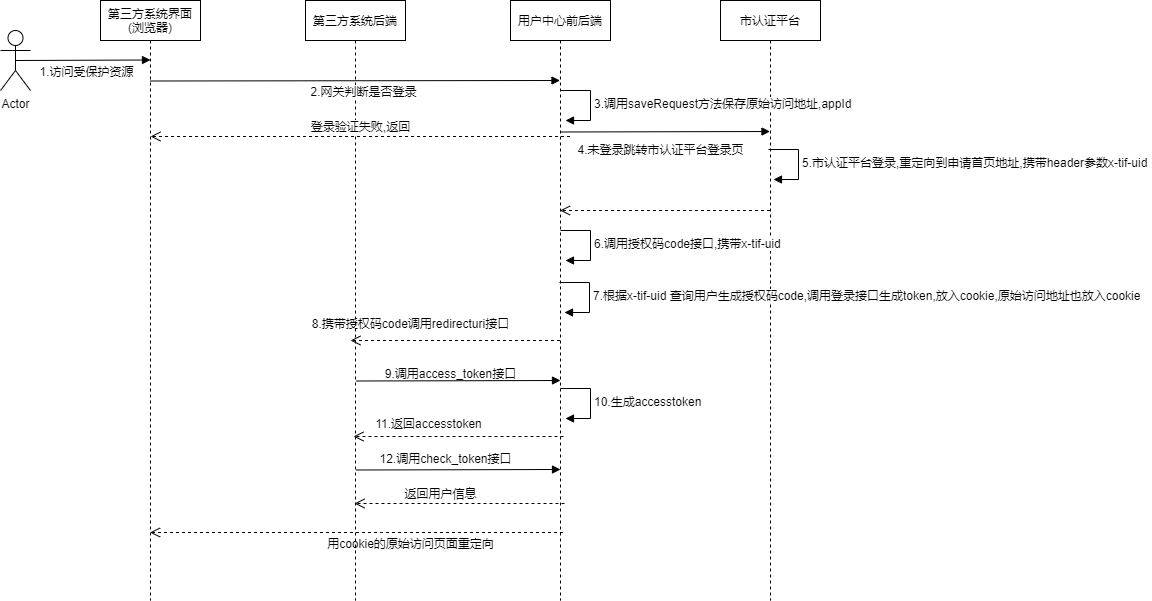
This is 市认证登录flow.png from lsdu0/drawio, a draw.io export, as it was before one commit. Source tidied: cells renumbered, new cells last; positions are measured from the earlier drawing's top-left corner, leaving out a move shared by most shapes. Its diagram source:
```xml
<mxGraphModel>
  <root>
    <mxCell id="0" />
    <mxCell id="1" parent="0" />
    <mxCell id="2" value="第三方系统界面(浏览器)" style="shape=umlLifeline;perimeter=lifelinePerimeter;whiteSpace=wrap;html=1;outlineConnect=0;portConstraint=eastwest;newEdgeStyle={&quot;edgeStyle&quot;:&quot;elbowEdgeStyle&quot;,&quot;elbow&quot;:&quot;vertical&quot;,&quot;curved&quot;:0,&quot;rounded&quot;:0};" parent="1" vertex="1">
      <mxGeometry x="100" width="100" height="600" as="geometry" />
    </mxCell>
    <mxCell id="3" value="第三方系统后端" style="shape=umlLifeline;perimeter=lifelinePerimeter;whiteSpace=wrap;html=1;newEdgeStyle={&quot;edgeStyle&quot;:&quot;elbowEdgeStyle&quot;,&quot;elbow&quot;:&quot;vertical&quot;,&quot;curved&quot;:0,&quot;rounded&quot;:0};" parent="1" vertex="1">
      <mxGeometry x="305" width="100" height="600" as="geometry" />
    </mxCell>
    <mxCell id="4" value="1.访问受保护资源" style="html=1;verticalAlign=bottom;endArrow=block;edgeStyle=elbowEdgeStyle;elbow=vertical;curved=0;rounded=0;exitX=0.5;exitY=0.5;exitDx=0;exitDy=0;exitPerimeter=0;" parent="1" edge="1" source="7">
      <mxGeometry x="0.04" y="-21" relative="1" as="geometry">
        <mxPoint x="150" y="60" as="targetPoint" />
        <Array as="points">
          <mxPoint x="154" y="59.5" />
        </Array>
      </mxGeometry>
    </mxCell>
    <mxCell id="5" style="html=1;verticalAlign=bottom;endArrow=open;dashed=1;endSize=8;edgeStyle=elbowEdgeStyle;elbow=vertical;curved=0;rounded=0;" parent="1" edge="1" target="6">
      <mxGeometry relative="1" as="geometry">
        <mxPoint x="769.5" y="210" as="sourcePoint" />
      </mxGeometry>
    </mxCell>
    <mxCell id="6" value="用户中心前后端" style="shape=umlLifeline;perimeter=lifelinePerimeter;whiteSpace=wrap;html=1;outlineConnect=0;portConstraint=eastwest;newEdgeStyle={&quot;edgeStyle&quot;:&quot;elbowEdgeStyle&quot;,&quot;elbow&quot;:&quot;vertical&quot;,&quot;curved&quot;:0,&quot;rounded&quot;:0};" parent="1" vertex="1">
      <mxGeometry x="510" width="100" height="600" as="geometry" />
    </mxCell>
    <mxCell id="7" value="Actor" style="shape=umlActor;verticalLabelPosition=bottom;verticalAlign=top;html=1;outlineConnect=0;" parent="1" vertex="1">
      <mxGeometry y="30" width="30" height="60" as="geometry" />
    </mxCell>
    <mxCell id="8" value="市认证平台" style="shape=umlLifeline;perimeter=lifelinePerimeter;whiteSpace=wrap;html=1;newEdgeStyle={&quot;edgeStyle&quot;:&quot;elbowEdgeStyle&quot;,&quot;elbow&quot;:&quot;vertical&quot;,&quot;curved&quot;:0,&quot;rounded&quot;:0};" parent="1" vertex="1">
      <mxGeometry x="720" width="100" height="600" as="geometry" />
    </mxCell>
    <mxCell id="9" value="2.网关判断是否登录" style="html=1;verticalAlign=bottom;endArrow=block;edgeStyle=elbowEdgeStyle;elbow=vertical;curved=0;rounded=0;exitX=0.5;exitY=0.5;exitDx=0;exitDy=0;exitPerimeter=0;" parent="1" edge="1" target="6">
      <mxGeometry x="0.04" y="-20" relative="1" as="geometry">
        <mxPoint x="150" y="80.5" as="sourcePoint" />
        <Array as="points">
          <mxPoint x="289" y="80" />
        </Array>
        <mxPoint y="1" as="offset" />
      </mxGeometry>
    </mxCell>
    <mxCell id="10" value="登录验证失败,返回" style="html=1;verticalAlign=bottom;endArrow=open;dashed=1;endSize=8;edgeStyle=elbowEdgeStyle;elbow=horizontal;curved=0;rounded=0;" parent="1" edge="1">
      <mxGeometry relative="1" as="geometry">
        <mxPoint x="569.5" y="136" as="sourcePoint" />
        <mxPoint x="150" y="136" as="targetPoint" />
      </mxGeometry>
    </mxCell>
    <mxCell id="11" value="3.调用saveRequest方法保存原始访问地址,appId" style="html=1;align=left;spacingLeft=2;endArrow=block;rounded=0;edgeStyle=orthogonalEdgeStyle;curved=0;rounded=0;" parent="1" edge="1">
      <mxGeometry x="0.01" relative="1" as="geometry">
        <mxPoint x="560" y="90" as="sourcePoint" />
        <mxPoint x="565" y="120" as="targetPoint" />
        <Array as="points">
          <mxPoint x="590" y="120" />
        </Array>
      </mxGeometry>
    </mxCell>
    <mxCell id="12" style="html=1;verticalAlign=bottom;endArrow=block;edgeStyle=elbowEdgeStyle;elbow=vertical;curved=0;rounded=0;exitX=0.5;exitY=0.5;exitDx=0;exitDy=0;exitPerimeter=0;" parent="1" edge="1">
      <mxGeometry x="0.01" y="-40" relative="1" as="geometry">
        <mxPoint x="560" y="131.5" as="sourcePoint" />
        <mxPoint x="769.5" y="131" as="targetPoint" />
        <Array as="points">
          <mxPoint x="448" y="131" />
        </Array>
      </mxGeometry>
    </mxCell>
    <mxCell id="13" value="6.调用授权码code接口,携带x-tif-uid" style="html=1;align=left;spacingLeft=2;endArrow=block;rounded=0;edgeStyle=orthogonalEdgeStyle;curved=0;rounded=0;" parent="1" edge="1">
      <mxGeometry x="0.01" relative="1" as="geometry">
        <mxPoint x="560" y="230" as="sourcePoint" />
        <mxPoint x="565" y="260" as="targetPoint" />
        <Array as="points">
          <mxPoint x="590" y="260" />
        </Array>
      </mxGeometry>
    </mxCell>
    <mxCell id="14" style="html=1;verticalAlign=bottom;endArrow=open;dashed=1;endSize=8;edgeStyle=elbowEdgeStyle;elbow=vertical;curved=0;rounded=0;" parent="1" edge="1" source="6">
      <mxGeometry relative="1" as="geometry">
        <mxPoint x="350" y="340" as="targetPoint" />
      </mxGeometry>
    </mxCell>
    <mxCell id="15" value="4.未登录跳转市认证平台登录页" style="text;html=1;align=center;verticalAlign=middle;strokeColor=none;fillColor=none;" parent="1" vertex="1">
      <mxGeometry x="565" y="134" width="190" height="30" as="geometry" />
    </mxCell>
    <mxCell id="16" value="5.市认证平台登录,重定向到申请首页地址,携带header参数x-tif-uid&amp;nbsp;" style="html=1;align=left;spacingLeft=2;endArrow=block;rounded=0;edgeStyle=orthogonalEdgeStyle;curved=0;rounded=0;" parent="1" edge="1">
      <mxGeometry relative="1" as="geometry">
        <mxPoint x="768" y="149" as="sourcePoint" />
        <mxPoint x="773" y="179" as="targetPoint" />
        <Array as="points">
          <mxPoint x="798" y="179" />
        </Array>
      </mxGeometry>
    </mxCell>
    <mxCell id="17" value="10.生成accesstoken" style="html=1;align=left;spacingLeft=2;endArrow=block;rounded=0;edgeStyle=orthogonalEdgeStyle;curved=0;rounded=0;" parent="1" edge="1">
      <mxGeometry x="0.01" relative="1" as="geometry">
        <mxPoint x="560" y="388" as="sourcePoint" />
        <mxPoint x="565" y="418" as="targetPoint" />
        <Array as="points">
          <mxPoint x="590" y="418" />
        </Array>
      </mxGeometry>
    </mxCell>
    <mxCell id="18" value="7.根据x-tif-uid 查询用户生成授权码code,调用登录接口生成token,放入cookie,原始访问地址也放入cookie" style="html=1;align=left;spacingLeft=2;endArrow=block;rounded=0;edgeStyle=orthogonalEdgeStyle;curved=0;rounded=0;" parent="1" edge="1">
      <mxGeometry x="0.01" relative="1" as="geometry">
        <mxPoint x="559" y="282" as="sourcePoint" />
        <mxPoint x="564" y="312" as="targetPoint" />
        <Array as="points">
          <mxPoint x="589" y="312" />
        </Array>
      </mxGeometry>
    </mxCell>
    <mxCell id="19" value="8.携带授权码code调用redirecturi接口" style="text;html=1;align=center;verticalAlign=middle;strokeColor=none;fillColor=none;" parent="1" vertex="1">
      <mxGeometry x="300" y="308" width="220" height="30" as="geometry" />
    </mxCell>
    <mxCell id="20" style="html=1;verticalAlign=bottom;endArrow=block;edgeStyle=elbowEdgeStyle;elbow=vertical;curved=0;rounded=0;exitX=0.5;exitY=0.5;exitDx=0;exitDy=0;exitPerimeter=0;" parent="1" edge="1">
      <mxGeometry x="0.01" y="-40" relative="1" as="geometry">
        <mxPoint x="355.5" y="380.5" as="sourcePoint" />
        <mxPoint x="560" y="380" as="targetPoint" />
        <Array as="points">
          <mxPoint x="243.5" y="380" />
        </Array>
      </mxGeometry>
    </mxCell>
    <mxCell id="21" value="9.调用access_token接口" style="text;html=1;align=center;verticalAlign=middle;strokeColor=none;fillColor=none;" parent="1" vertex="1">
      <mxGeometry x="375" y="358" width="150" height="30" as="geometry" />
    </mxCell>
    <mxCell id="22" style="html=1;verticalAlign=bottom;endArrow=open;dashed=1;endSize=8;edgeStyle=elbowEdgeStyle;elbow=vertical;curved=0;rounded=0;" parent="1" edge="1">
      <mxGeometry relative="1" as="geometry">
        <mxPoint x="563" y="436" as="sourcePoint" />
        <mxPoint x="353" y="436" as="targetPoint" />
      </mxGeometry>
    </mxCell>
    <mxCell id="23" value="11.返回accesstoken" style="text;html=1;align=center;verticalAlign=middle;strokeColor=none;fillColor=none;" parent="1" vertex="1">
      <mxGeometry x="363" y="408" width="130" height="30" as="geometry" />
    </mxCell>
    <mxCell id="24" value="12.调用check_token接口" style="text;html=1;align=center;verticalAlign=middle;strokeColor=none;fillColor=none;" parent="1" vertex="1">
      <mxGeometry x="365" y="443" width="160" height="30" as="geometry" />
    </mxCell>
    <mxCell id="25" style="html=1;verticalAlign=bottom;endArrow=block;edgeStyle=elbowEdgeStyle;elbow=vertical;curved=0;rounded=0;exitX=0.5;exitY=0.5;exitDx=0;exitDy=0;exitPerimeter=0;" parent="1" edge="1">
      <mxGeometry x="0.01" y="-40" relative="1" as="geometry">
        <mxPoint x="355.5" y="469.5" as="sourcePoint" />
        <mxPoint x="560" y="469" as="targetPoint" />
        <Array as="points">
          <mxPoint x="243.5" y="469" />
        </Array>
      </mxGeometry>
    </mxCell>
    <mxCell id="26" style="html=1;verticalAlign=bottom;endArrow=open;dashed=1;endSize=8;edgeStyle=elbowEdgeStyle;elbow=vertical;curved=0;rounded=0;" parent="1" edge="1">
      <mxGeometry relative="1" as="geometry">
        <mxPoint x="564" y="503" as="sourcePoint" />
        <mxPoint x="354" y="503" as="targetPoint" />
      </mxGeometry>
    </mxCell>
    <mxCell id="27" value="返回用户信息" style="text;html=1;align=center;verticalAlign=middle;strokeColor=none;fillColor=none;" parent="1" vertex="1">
      <mxGeometry x="390" y="478" width="100" height="30" as="geometry" />
    </mxCell>
    <mxCell id="28" style="html=1;verticalAlign=bottom;endArrow=open;dashed=1;endSize=8;edgeStyle=elbowEdgeStyle;elbow=vertical;curved=0;rounded=0;" parent="1" edge="1" target="2">
      <mxGeometry relative="1" as="geometry">
        <mxPoint x="562.5" y="532" as="sourcePoint" />
      </mxGeometry>
    </mxCell>
    <mxCell id="29" value="用cookie的原始访问页面重定向" style="text;html=1;align=center;verticalAlign=middle;strokeColor=none;fillColor=none;" parent="1" vertex="1">
      <mxGeometry x="315" y="528" width="190" height="30" as="geometry" />
    </mxCell>
  </root>
</mxGraphModel>
```
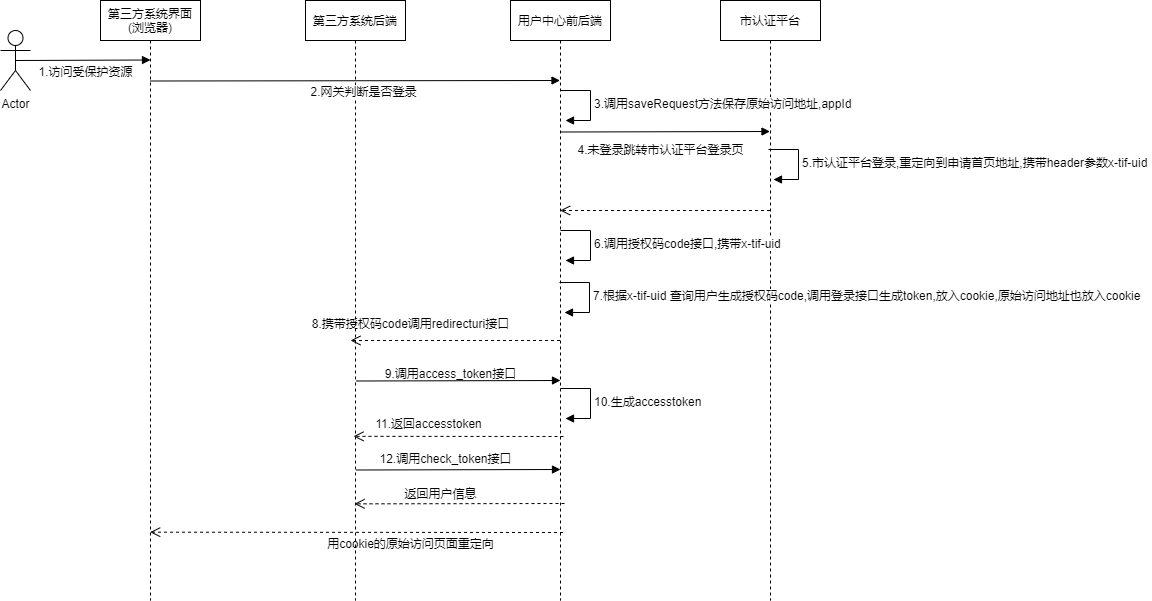
The same file after the commit.

Commit message:
Update 市认证登录flow.png

The edit, as a diff of the source:
```diff
@@ -39,12 +39,6 @@
         <mxPoint y="1" as="offset" />
       </mxGeometry>
     </mxCell>
-    <mxCell id="10" value="登录验证失败,返回" style="html=1;verticalAlign=bottom;endArrow=open;dashed=1;endSize=8;edgeStyle=elbowEdgeStyle;elbow=horizontal;curved=0;rounded=0;" parent="1" edge="1">
-      <mxGeometry relative="1" as="geometry">
-        <mxPoint x="569.5" y="136" as="sourcePoint" />
-        <mxPoint x="150" y="136" as="targetPoint" />
-      </mxGeometry>
-    </mxCell>
     <mxCell id="11" value="3.调用saveRequest方法保存原始访问地址,appId" style="html=1;align=left;spacingLeft=2;endArrow=block;rounded=0;edgeStyle=orthogonalEdgeStyle;curved=0;rounded=0;" parent="1" edge="1">
       <mxGeometry x="0.01" relative="1" as="geometry">
         <mxPoint x="560" y="90" as="sourcePoint" />
```
